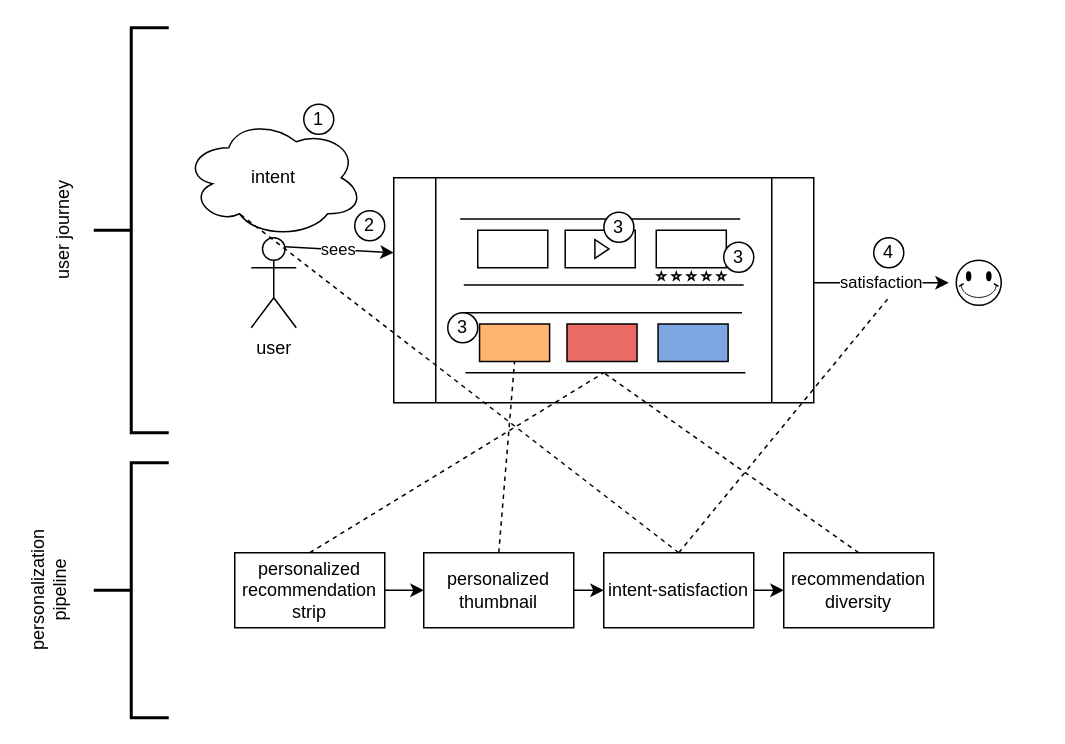
gabriben/thesis-mirror keeps this draw.io diagram as text/images/personalization pipeline.drawio. Above is the earlier version. Source tidied: cells renumbered, new cells numbered last; positions are measured from the earlier drawing's top-left corner, leaving out a move shared by most shapes. Both pictures are drawn from the tidied source at 150%, with x=0, y=0 at pixel (-42, 27).
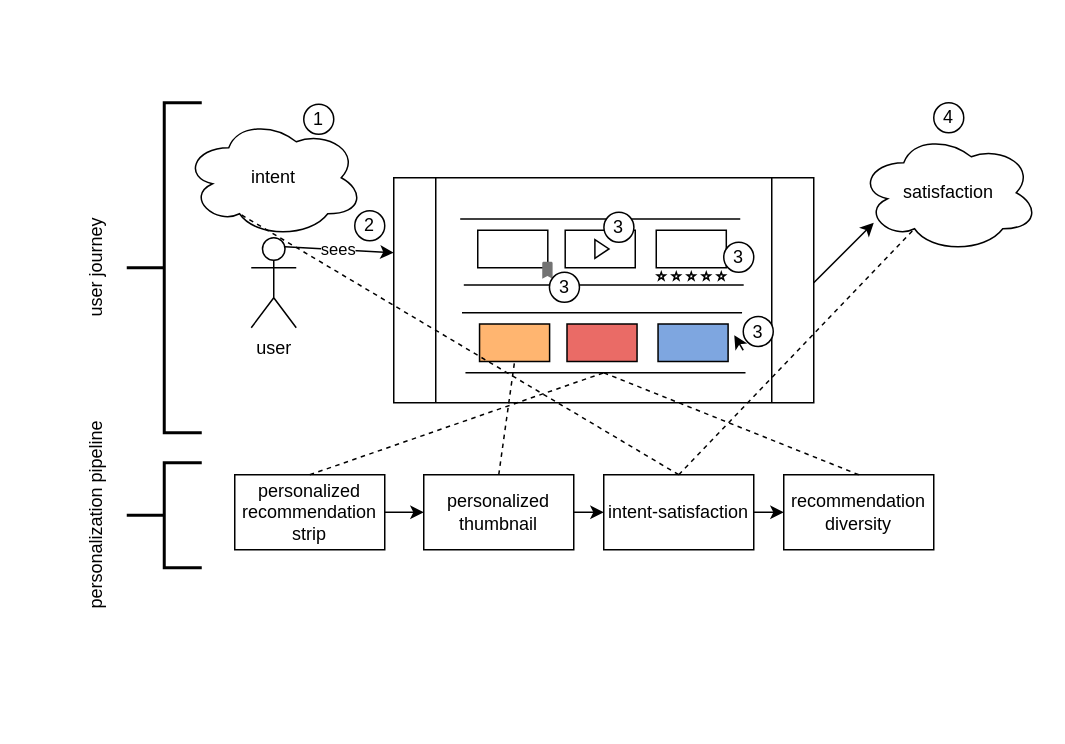
Above is the later version.

The change refers to these unchanged cells:
```xml
<mxCell id="11" style="group;" parent="1" vertex="1">
  <mxGeometry x="290" y="100" width="280" height="150" as="geometry" />
</mxCell>
```

What changed in the source:
```diff
@@
     <mxCell id="3" value="personalized recommendation strip" style="rounded=0;whiteSpace=wrap;html=1;" parent="1" vertex="1">
-      <mxGeometry x="184" y="350" width="100" height="50" as="geometry" />
+      <mxGeometry x="184" y="298" width="100" height="50" as="geometry" />
     </mxCell>
@@
     <mxCell id="5" value="personalized thumbnail" style="rounded=0;whiteSpace=wrap;html=1;" parent="1" vertex="1">
-      <mxGeometry x="310" y="350" width="100" height="50" as="geometry" />
+      <mxGeometry x="310" y="298" width="100" height="50" as="geometry" />
     </mxCell>
@@
     <mxCell id="7" value="intent-satisfaction" style="rounded=0;whiteSpace=wrap;html=1;" parent="1" vertex="1">
-      <mxGeometry x="430" y="350" width="100" height="50" as="geometry" />
+      <mxGeometry x="430" y="298" width="100" height="50" as="geometry" />
     </mxCell>
     <mxCell id="8" value="recommendation diversity" style="rounded=0;whiteSpace=wrap;html=1;" parent="1" vertex="1">
-      <mxGeometry x="550" y="350" width="100" height="50" as="geometry" />
+      <mxGeometry x="550" y="298" width="100" height="50" as="geometry" />
     </mxCell>
@@
     <mxCell id="32" value="3" style="ellipse;whiteSpace=wrap;html=1;" parent="11" vertex="1">
-      <mxGeometry x="36" y="90" width="20" height="20" as="geometry" />
+      <mxGeometry x="233" y="92.5" width="20" height="20" as="geometry" />
     </mxCell>
+    <mxCell id="48" style="html=1;dashed=0;verticalLabelPosition=bottom;verticalAlign=top;align=center;shape=mxgraph.gmdl.bookmark;strokeColor=none;fillColor=#737373;shadow=0;sketch=0;" parent="11" vertex="1">
+      <mxGeometry x="99" y="56" width="6.9" height="11.4" as="geometry" />
+    </mxCell>
+    <mxCell id="49" value="3" style="ellipse;whiteSpace=wrap;html=1;" parent="11" vertex="1">
+      <mxGeometry x="103.8" y="63" width="20" height="20" as="geometry" />
+    </mxCell>
+    <mxCell id="50" style="endArrow=classic;html=1;rounded=0;" parent="11" edge="1">
+      <mxGeometry relative="1" as="geometry">
+        <mxPoint x="233" y="115" as="sourcePoint" />
+        <mxPoint x="227" y="105" as="targetPoint" />
+        <Array as="points">
+          <mxPoint x="233" y="115" />
+        </Array>
+      </mxGeometry>
+    </mxCell>
     <mxCell id="33" style="strokeWidth=2;html=1;shape=mxgraph.flowchart.annotation_2;align=left;labelPosition=right;" parent="1" vertex="1">
-      <mxGeometry x="90" width="50" height="270" as="geometry" />
+      <mxGeometry x="112" y="50" width="50" height="220" as="geometry" />
     </mxCell>
     <mxCell id="34" value="user journey" style="text;html=1;strokeColor=none;fillColor=none;align=center;verticalAlign=middle;whiteSpace=wrap;rounded=0;rotation=-90;" parent="1" vertex="1">
-      <mxGeometry x="10" y="120" width="120" height="30" as="geometry" />
+      <mxGeometry x="32" y="145" width="120" height="30" as="geometry" />
     </mxCell>
     <mxCell id="35" style="strokeWidth=2;html=1;shape=mxgraph.flowchart.annotation_2;align=left;labelPosition=right;" parent="1" vertex="1">
-      <mxGeometry x="90" y="290" width="50" height="170" as="geometry" />
+      <mxGeometry x="112" y="290" width="50" height="70" as="geometry" />
     </mxCell>
     <mxCell id="36" value="personalization pipeline" style="text;html=1;strokeColor=none;fillColor=none;align=center;verticalAlign=middle;whiteSpace=wrap;rounded=0;rotation=-90;" parent="1" vertex="1">
-      <mxGeometry y="360" width="120" height="30" as="geometry" />
+      <mxGeometry x="-3" y="310" width="190" height="30" as="geometry" />
     </mxCell>
@@
-    <mxCell id="40" style="verticalLabelPosition=bottom;verticalAlign=top;html=1;shape=mxgraph.basic.smiley;" parent="1" vertex="1">
-      <mxGeometry x="665" y="155" width="30" height="30" as="geometry" />
-    </mxCell>
-    <mxCell id="41" value="satisfaction" style="endArrow=classic;html=1;rounded=0;exitX=0.75;exitY=0.1;exitDx=0;exitDy=0;exitPerimeter=0;" parent="1" edge="1">
+    <mxCell id="41" style="endArrow=classic;html=1;rounded=0;exitX=0.75;exitY=0.1;exitDx=0;exitDy=0;exitPerimeter=0;" parent="1" edge="1">
       <mxGeometry relative="1" as="geometry">
         <mxPoint x="570" y="170" as="sourcePoint" />
-        <mxPoint x="660" y="170" as="targetPoint" />
+        <mxPoint x="610" y="130" as="targetPoint" />
       </mxGeometry>
     </mxCell>
     <mxCell id="42" value="4" style="ellipse;whiteSpace=wrap;html=1;" parent="1" vertex="1">
-      <mxGeometry x="610" y="140" width="20" height="20" as="geometry" />
+      <mxGeometry x="650" y="50" width="20" height="20" as="geometry" />
     </mxCell>
@@
-    <mxCell id="47" style="endArrow=none;dashed=1;html=1;rounded=0;exitX=0.5;exitY=0;exitDx=0;exitDy=0;" parent="1" edge="1" source="7">
-      <mxGeometry relative="1" as="geometry">
-        <mxPoint x="620" y="180" as="targetPoint" />
-      </mxGeometry>
+    <mxCell id="47" style="endArrow=none;dashed=1;html=1;rounded=0;exitX=0.5;exitY=0;exitDx=0;exitDy=0;entryX=0.31;entryY=0.8;entryDx=0;entryDy=0;entryPerimeter=0;" parent="1" edge="1" source="7" target="51">
+      <mxGeometry relative="1" as="geometry" />
     </mxCell>
+    <mxCell id="51" value="satisfaction" style="ellipse;shape=cloud;whiteSpace=wrap;html=1;" parent="1" vertex="1">
+      <mxGeometry x="600" y="70" width="120" height="80" as="geometry" />
+    </mxCell>
```
